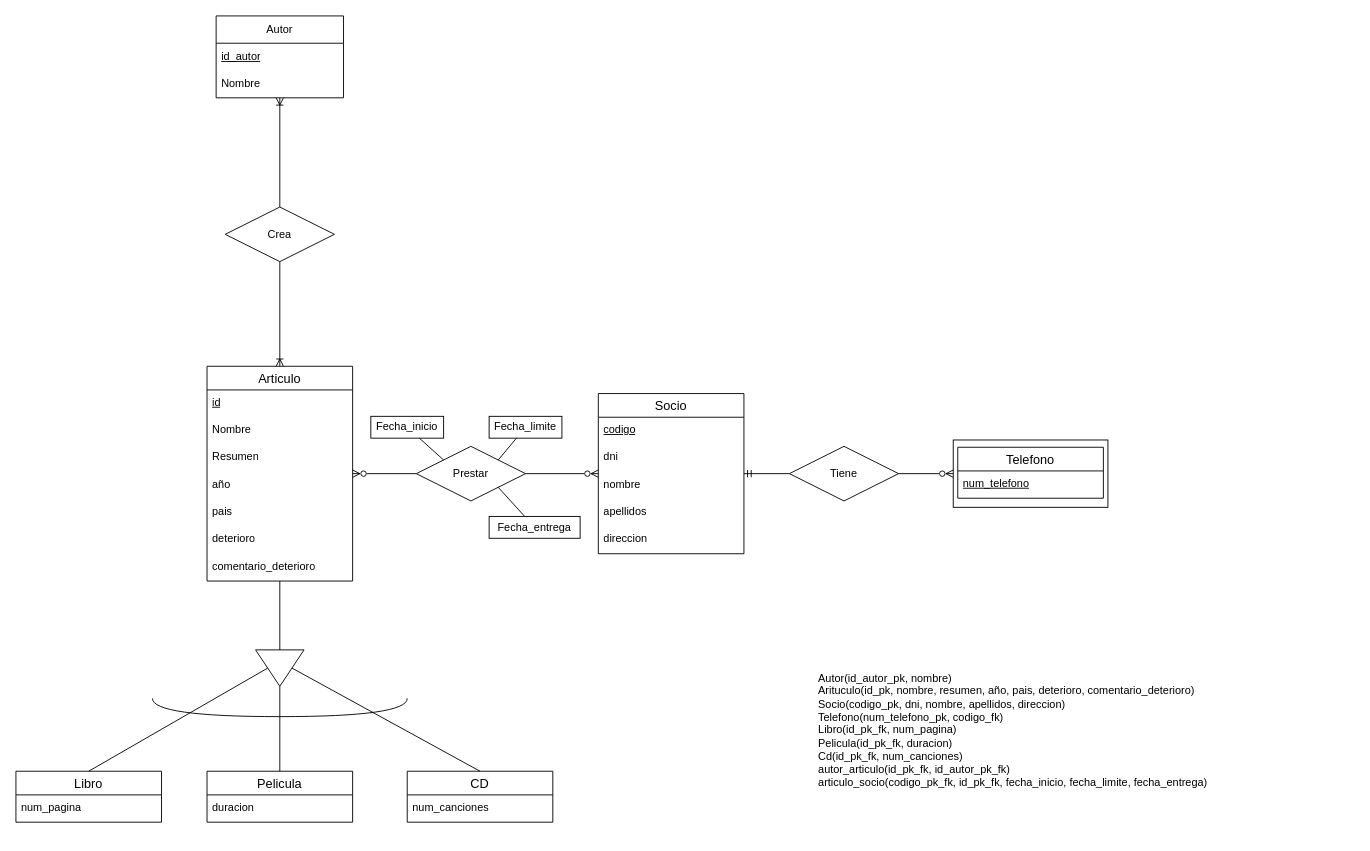
Before: TA12Ej6.drawio in AlejandroCara/acr-tsys-modeloER-drawio-1110, a draw.io diagram. Source tidied: cells renumbered, new cells numbered last; positions are measured from the earlier drawing's top-left corner, leaving out a move shared by most shapes. Both pictures are drawn from the tidied source at 91%, with x=0, y=0 at pixel (15, 15).
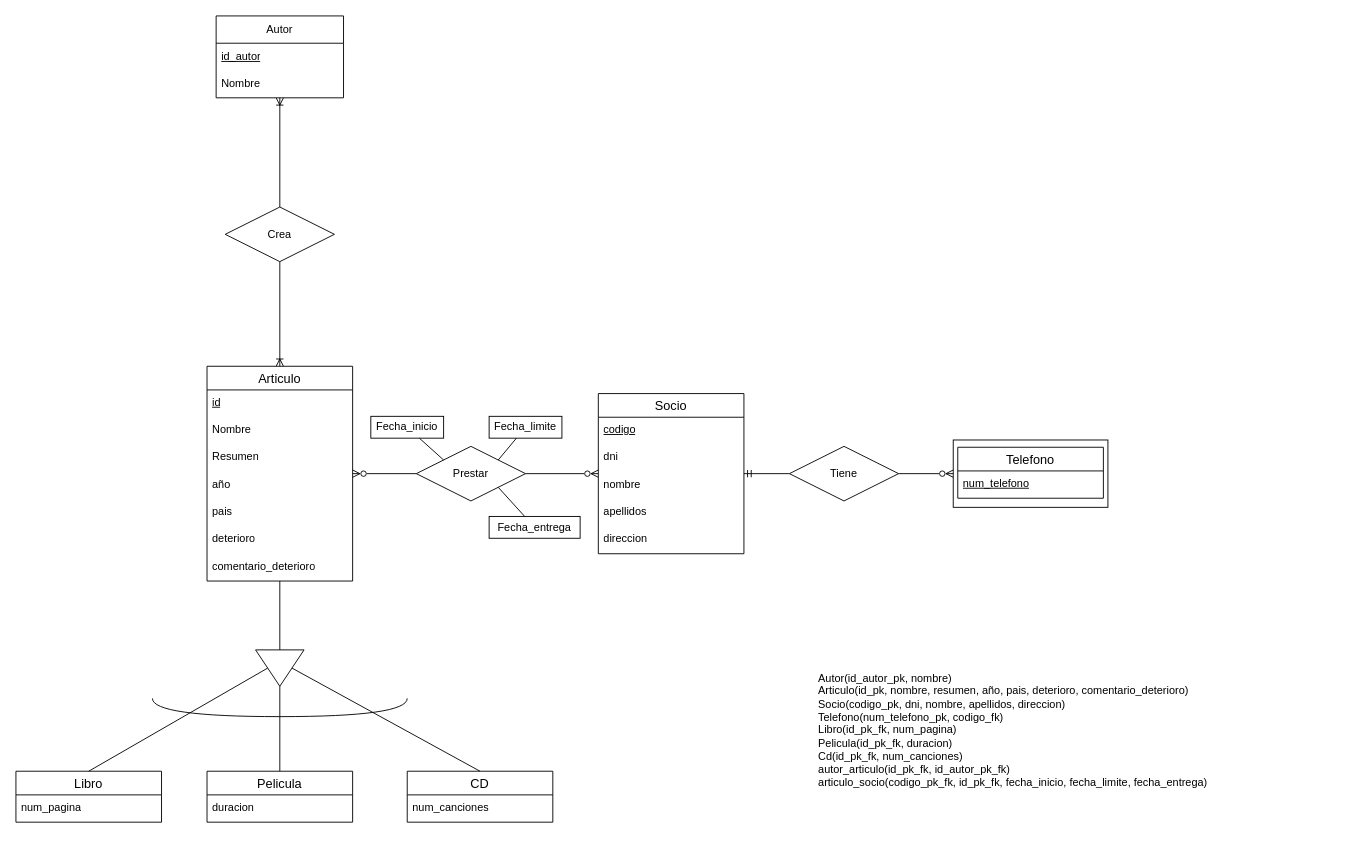
The same page after the edit.

The edit, as a diff of the source:
```diff
@@
-    <mxCell id="49" value="Autor(id_autor_pk, nombre)&lt;br&gt;Arituculo(id_pk, nombre, resumen, año, pais, deterioro, comentario_deterioro)&lt;br&gt;Socio(codigo_pk, dni, nombre, apellidos, direccion)&lt;br&gt;Telefono(num_telefono_pk, codigo_fk)&lt;br&gt;Libro(id_pk_fk, num_pagina)&lt;br&gt;Pelicula(id_pk_fk, duracion)&lt;br&gt;Cd(id_pk_fk, num_canciones)&lt;br&gt;autor_articulo(id_pk_fk, id_autor_pk_fk)&lt;br&gt;articulo_socio(codigo_pk_fk, id_pk_fk, fecha_inicio, fecha_limite, fecha_entrega)" style="text;html=1;strokeColor=none;fillColor=none;align=left;verticalAlign=middle;whiteSpace=wrap;rounded=0;" parent="1" vertex="1">
+    <mxCell id="49" value="Autor(id_autor_pk, nombre)&lt;br&gt;Articulo(id_pk, nombre, resumen, año, pais, deterioro, comentario_deterioro)&lt;br&gt;Socio(codigo_pk, dni, nombre, apellidos, direccion)&lt;br&gt;Telefono(num_telefono_pk, codigo_fk)&lt;br&gt;Libro(id_pk_fk, num_pagina)&lt;br&gt;Pelicula(id_pk_fk, duracion)&lt;br&gt;Cd(id_pk_fk, num_canciones)&lt;br&gt;autor_articulo(id_pk_fk, id_autor_pk_fk)&lt;br&gt;articulo_socio(codigo_pk_fk, id_pk_fk, fecha_inicio, fecha_limite, fecha_entrega)" style="text;html=1;strokeColor=none;fillColor=none;align=left;verticalAlign=middle;whiteSpace=wrap;rounded=0;" parent="1" vertex="1">
       <mxGeometry x="880" y="670" width="590" height="230" as="geometry" />
     </mxCell>
```
